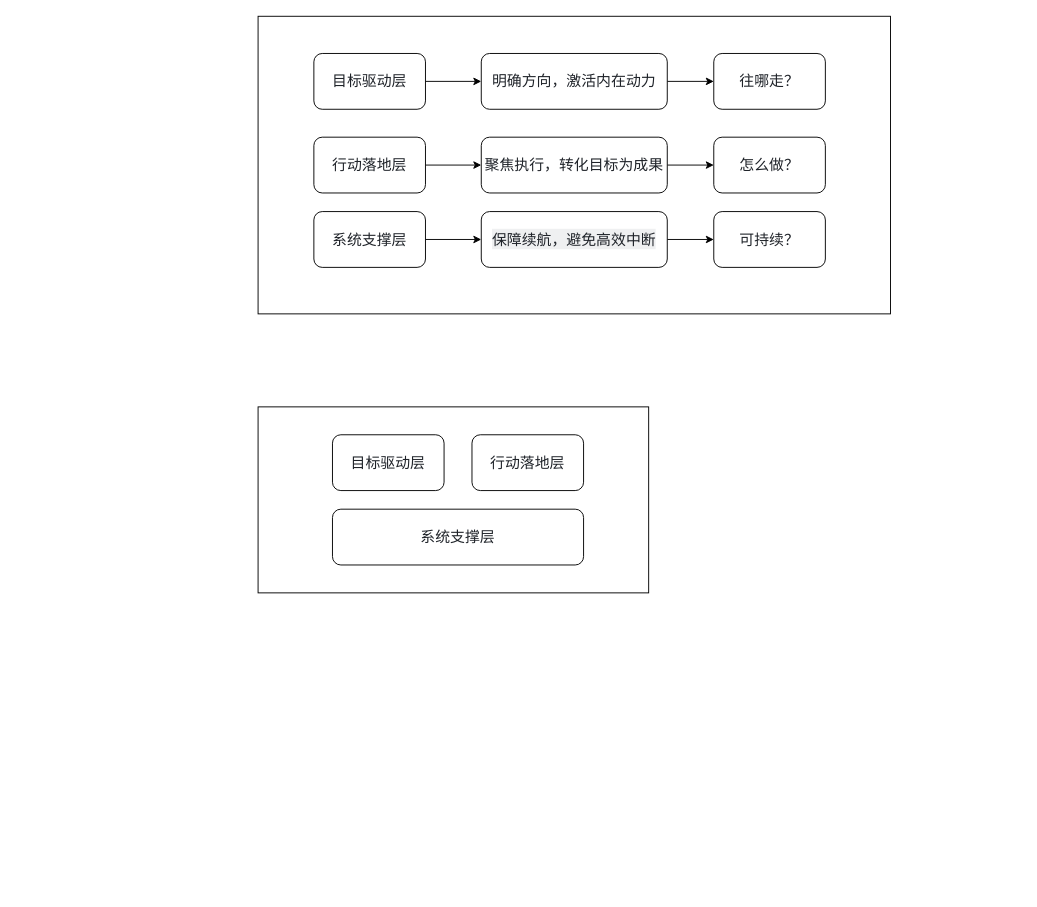
Before: 未命名绘图.drawio in FlyThroughAir/DrawHere, a draw.io diagram. Source tidied: cells renumbered, new cells numbered last; positions are measured from the earlier drawing's top-left corner, leaving out a move shared by most shapes. Both pictures are drawn from the tidied source at 93%, with x=0, y=0 at pixel (258, 16).
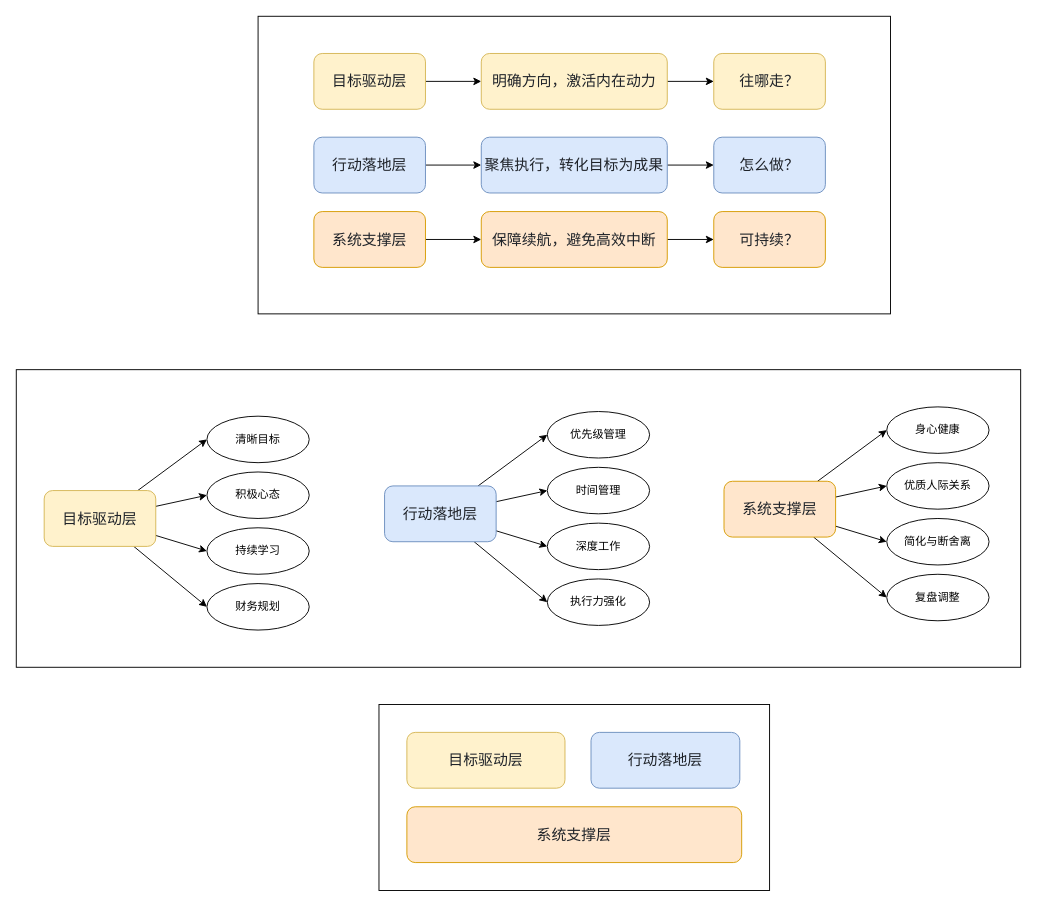
The same page after the edit.

Commit message (it also covers changes not shown here):
更新未命名绘图.drawio

The edit, as a diff of the source:
```diff
@@
+    <mxCell id="22" style="rounded=0;whiteSpace=wrap;html=1;" parent="1" vertex="1">
+      <mxGeometry x="-260" y="380" width="1080" height="320" as="geometry" />
+    </mxCell>
     <mxCell id="2" style="rounded=0;whiteSpace=wrap;html=1;" parent="1" vertex="1">
-      <mxGeometry y="420" width="420" height="200" as="geometry" />
+      <mxGeometry x="130" y="740" width="420" height="200" as="geometry" />
     </mxCell>
@@
-    <mxCell id="5" value="&lt;span style=&quot;color: rgb(31, 35, 41); font-family: ui-sans-serif, system-ui, sans-serif, &amp;quot;Apple Color Emoji&amp;quot;, &amp;quot;Segoe UI Emoji&amp;quot;, &amp;quot;Segoe UI Symbol&amp;quot;, &amp;quot;Noto Color Emoji&amp;quot;; font-size: 16px; text-align: start; white-space-collapse: preserve; background-color: rgb(255, 255, 255);&quot;&gt;目标驱动层&lt;/span&gt;" style="rounded=1;whiteSpace=wrap;html=1;" parent="1" vertex="1">
+    <mxCell id="5" value="&lt;span style=&quot;color: rgb(31, 35, 41); font-family: ui-sans-serif, system-ui, sans-serif, &amp;quot;Apple Color Emoji&amp;quot;, &amp;quot;Segoe UI Emoji&amp;quot;, &amp;quot;Segoe UI Symbol&amp;quot;, &amp;quot;Noto Color Emoji&amp;quot;; font-size: 16px; text-align: start; white-space-collapse: preserve;&quot;&gt;目标驱动层&lt;/span&gt;" style="rounded=1;whiteSpace=wrap;html=1;fillColor=#fff2cc;strokeColor=#d6b656;" parent="1" vertex="1">
       <mxGeometry x="60" y="40" width="120" height="60" as="geometry" />
     </mxCell>
@@
-    <mxCell id="7" value="&lt;span style=&quot;color: rgb(31, 35, 41); font-family: ui-sans-serif, system-ui, sans-serif, &amp;quot;Apple Color Emoji&amp;quot;, &amp;quot;Segoe UI Emoji&amp;quot;, &amp;quot;Segoe UI Symbol&amp;quot;, &amp;quot;Noto Color Emoji&amp;quot;; font-size: 16px; text-align: start; white-space-collapse: preserve; background-color: rgb(255, 255, 255);&quot;&gt;行动落地层&lt;/span&gt;" style="rounded=1;whiteSpace=wrap;html=1;" parent="1" vertex="1">
+    <mxCell id="7" value="&lt;span style=&quot;color: rgb(31, 35, 41); font-family: ui-sans-serif, system-ui, sans-serif, &amp;quot;Apple Color Emoji&amp;quot;, &amp;quot;Segoe UI Emoji&amp;quot;, &amp;quot;Segoe UI Symbol&amp;quot;, &amp;quot;Noto Color Emoji&amp;quot;; font-size: 16px; text-align: start; white-space-collapse: preserve;&quot;&gt;行动落地层&lt;/span&gt;" style="rounded=1;whiteSpace=wrap;html=1;fillColor=#dae8fc;strokeColor=#6c8ebf;" parent="1" vertex="1">
       <mxGeometry x="60" y="130" width="120" height="60" as="geometry" />
     </mxCell>
@@
-    <mxCell id="9" value="&lt;span style=&quot;color: rgb(31, 35, 41); font-family: ui-sans-serif, system-ui, sans-serif, &amp;quot;Apple Color Emoji&amp;quot;, &amp;quot;Segoe UI Emoji&amp;quot;, &amp;quot;Segoe UI Symbol&amp;quot;, &amp;quot;Noto Color Emoji&amp;quot;; font-size: 16px; text-align: start; white-space-collapse: preserve;&quot;&gt;系统支撑层&lt;/span&gt;" style="rounded=1;whiteSpace=wrap;html=1;" parent="1" vertex="1">
+    <mxCell id="9" value="&lt;span style=&quot;color: rgb(31, 35, 41); font-family: ui-sans-serif, system-ui, sans-serif, &amp;quot;Apple Color Emoji&amp;quot;, &amp;quot;Segoe UI Emoji&amp;quot;, &amp;quot;Segoe UI Symbol&amp;quot;, &amp;quot;Noto Color Emoji&amp;quot;; font-size: 16px; text-align: start; white-space-collapse: preserve;&quot;&gt;系统支撑层&lt;/span&gt;" style="rounded=1;whiteSpace=wrap;html=1;fillColor=#ffe6cc;strokeColor=#d79b00;" parent="1" vertex="1">
       <mxGeometry x="60" y="210" width="120" height="60" as="geometry" />
     </mxCell>
@@
-    <mxCell id="11" value="&lt;span style=&quot;color: rgb(31, 35, 41); font-family: ui-sans-serif, system-ui, sans-serif, &amp;quot;Apple Color Emoji&amp;quot;, &amp;quot;Segoe UI Emoji&amp;quot;, &amp;quot;Segoe UI Symbol&amp;quot;, &amp;quot;Noto Color Emoji&amp;quot;; font-size: 16px; font-style: normal; font-variant-ligatures: normal; font-variant-caps: normal; font-weight: 400; letter-spacing: normal; orphans: 2; text-align: start; text-indent: 0px; text-transform: none; widows: 2; word-spacing: 0px; -webkit-text-stroke-width: 0px; white-space: pre-wrap; text-decoration-thickness: initial; text-decoration-style: initial; text-decoration-color: initial; float: none; background-color: rgb(255, 255, 255); display: inline !important;&quot;&gt;明确方向，激活内在动力&lt;/span&gt;" style="rounded=1;whiteSpace=wrap;html=1;" parent="1" vertex="1">
+    <mxCell id="11" value="&lt;span style=&quot;color: rgb(31, 35, 41); font-family: ui-sans-serif, system-ui, sans-serif, &amp;quot;Apple Color Emoji&amp;quot;, &amp;quot;Segoe UI Emoji&amp;quot;, &amp;quot;Segoe UI Symbol&amp;quot;, &amp;quot;Noto Color Emoji&amp;quot;; font-size: 16px; font-style: normal; font-variant-ligatures: normal; font-variant-caps: normal; font-weight: 400; letter-spacing: normal; orphans: 2; text-align: start; text-indent: 0px; text-transform: none; widows: 2; word-spacing: 0px; -webkit-text-stroke-width: 0px; white-space: pre-wrap; text-decoration-thickness: initial; text-decoration-style: initial; text-decoration-color: initial; float: none; display: inline !important;&quot;&gt;明确方向，激活内在动力&lt;/span&gt;" style="rounded=1;whiteSpace=wrap;html=1;fillColor=#fff2cc;strokeColor=#d6b656;" parent="1" vertex="1">
       <mxGeometry x="240" y="40" width="200" height="60" as="geometry" />
     </mxCell>
@@
-    <mxCell id="13" value="&lt;span style=&quot;color: rgb(31, 35, 41); font-family: ui-sans-serif, system-ui, sans-serif, &amp;quot;Apple Color Emoji&amp;quot;, &amp;quot;Segoe UI Emoji&amp;quot;, &amp;quot;Segoe UI Symbol&amp;quot;, &amp;quot;Noto Color Emoji&amp;quot;; font-size: 16px; text-align: start; white-space-collapse: preserve; background-color: rgb(255, 255, 255);&quot;&gt;聚焦执行，转化目标为成果&lt;/span&gt;" style="rounded=1;whiteSpace=wrap;html=1;" parent="1" vertex="1">
+    <mxCell id="13" value="&lt;span style=&quot;color: rgb(31, 35, 41); font-family: ui-sans-serif, system-ui, sans-serif, &amp;quot;Apple Color Emoji&amp;quot;, &amp;quot;Segoe UI Emoji&amp;quot;, &amp;quot;Segoe UI Symbol&amp;quot;, &amp;quot;Noto Color Emoji&amp;quot;; font-size: 16px; text-align: start; white-space-collapse: preserve;&quot;&gt;聚焦执行，转化目标为成果&lt;/span&gt;" style="rounded=1;whiteSpace=wrap;html=1;fillColor=#dae8fc;strokeColor=#6c8ebf;" parent="1" vertex="1">
       <mxGeometry x="240" y="130" width="200" height="60" as="geometry" />
     </mxCell>
@@
-    <mxCell id="15" value="&lt;span style=&quot;color: rgb(31, 35, 41); font-family: ui-sans-serif, system-ui, sans-serif, &amp;quot;Apple Color Emoji&amp;quot;, &amp;quot;Segoe UI Emoji&amp;quot;, &amp;quot;Segoe UI Symbol&amp;quot;, &amp;quot;Noto Color Emoji&amp;quot;; font-size: 16px; text-align: start; white-space-collapse: preserve; background-color: rgb(239, 240, 241);&quot;&gt;保障续航，避免高效中断&lt;/span&gt;" style="rounded=1;whiteSpace=wrap;html=1;" parent="1" vertex="1">
+    <mxCell id="15" value="&lt;span style=&quot;color: rgb(31, 35, 41); font-family: ui-sans-serif, system-ui, sans-serif, &amp;quot;Apple Color Emoji&amp;quot;, &amp;quot;Segoe UI Emoji&amp;quot;, &amp;quot;Segoe UI Symbol&amp;quot;, &amp;quot;Noto Color Emoji&amp;quot;; font-size: 16px; text-align: start; white-space-collapse: preserve;&quot;&gt;保障续航，避免高效中断&lt;/span&gt;" style="rounded=1;whiteSpace=wrap;html=1;fillColor=#ffe6cc;strokeColor=#d79b00;" parent="1" vertex="1">
       <mxGeometry x="240" y="210" width="200" height="60" as="geometry" />
     </mxCell>
-    <mxCell id="16" value="&lt;span style=&quot;color: rgb(31, 35, 41); font-family: ui-sans-serif, system-ui, sans-serif, &amp;quot;Apple Color Emoji&amp;quot;, &amp;quot;Segoe UI Emoji&amp;quot;, &amp;quot;Segoe UI Symbol&amp;quot;, &amp;quot;Noto Color Emoji&amp;quot;; font-size: 16px; text-align: start; white-space-collapse: preserve;&quot;&gt;往哪走？&lt;/span&gt;" style="rounded=1;whiteSpace=wrap;html=1;" parent="1" vertex="1">
+    <mxCell id="16" value="&lt;span style=&quot;color: rgb(31, 35, 41); font-family: ui-sans-serif, system-ui, sans-serif, &amp;quot;Apple Color Emoji&amp;quot;, &amp;quot;Segoe UI Emoji&amp;quot;, &amp;quot;Segoe UI Symbol&amp;quot;, &amp;quot;Noto Color Emoji&amp;quot;; font-size: 16px; text-align: start; white-space-collapse: preserve;&quot;&gt;往哪走？&lt;/span&gt;" style="rounded=1;whiteSpace=wrap;html=1;fillColor=#fff2cc;strokeColor=#d6b656;" parent="1" vertex="1">
       <mxGeometry x="490" y="40" width="120" height="60" as="geometry" />
     </mxCell>
-    <mxCell id="17" value="&lt;span style=&quot;color: rgb(31, 35, 41); font-family: ui-sans-serif, system-ui, sans-serif, &amp;quot;Apple Color Emoji&amp;quot;, &amp;quot;Segoe UI Emoji&amp;quot;, &amp;quot;Segoe UI Symbol&amp;quot;, &amp;quot;Noto Color Emoji&amp;quot;; font-size: 16px; text-align: start; white-space-collapse: preserve; background-color: rgb(255, 255, 255);&quot;&gt;怎么做？&lt;/span&gt;" style="rounded=1;whiteSpace=wrap;html=1;" parent="1" vertex="1">
+    <mxCell id="17" value="&lt;span style=&quot;color: rgb(31, 35, 41); font-family: ui-sans-serif, system-ui, sans-serif, &amp;quot;Apple Color Emoji&amp;quot;, &amp;quot;Segoe UI Emoji&amp;quot;, &amp;quot;Segoe UI Symbol&amp;quot;, &amp;quot;Noto Color Emoji&amp;quot;; font-size: 16px; text-align: start; white-space-collapse: preserve;&quot;&gt;怎么做？&lt;/span&gt;" style="rounded=1;whiteSpace=wrap;html=1;fillColor=#dae8fc;strokeColor=#6c8ebf;" parent="1" vertex="1">
       <mxGeometry x="490" y="130" width="120" height="60" as="geometry" />
     </mxCell>
-    <mxCell id="18" value="&lt;span style=&quot;color: rgb(31, 35, 41); font-family: ui-sans-serif, system-ui, sans-serif, &amp;quot;Apple Color Emoji&amp;quot;, &amp;quot;Segoe UI Emoji&amp;quot;, &amp;quot;Segoe UI Symbol&amp;quot;, &amp;quot;Noto Color Emoji&amp;quot;; font-size: 16px; text-align: start; white-space-collapse: preserve;&quot;&gt;可持续？&lt;/span&gt;" style="rounded=1;whiteSpace=wrap;html=1;" parent="1" vertex="1">
+    <mxCell id="18" value="&lt;span style=&quot;color: rgb(31, 35, 41); font-family: ui-sans-serif, system-ui, sans-serif, &amp;quot;Apple Color Emoji&amp;quot;, &amp;quot;Segoe UI Emoji&amp;quot;, &amp;quot;Segoe UI Symbol&amp;quot;, &amp;quot;Noto Color Emoji&amp;quot;; font-size: 16px; text-align: start; white-space-collapse: preserve;&quot;&gt;可持续？&lt;/span&gt;" style="rounded=1;whiteSpace=wrap;html=1;fillColor=#ffe6cc;strokeColor=#d79b00;" parent="1" vertex="1">
       <mxGeometry x="490" y="210" width="120" height="60" as="geometry" />
     </mxCell>
-    <mxCell id="19" value="&lt;span style=&quot;color: rgb(31, 35, 41); font-family: ui-sans-serif, system-ui, sans-serif, &amp;quot;Apple Color Emoji&amp;quot;, &amp;quot;Segoe UI Emoji&amp;quot;, &amp;quot;Segoe UI Symbol&amp;quot;, &amp;quot;Noto Color Emoji&amp;quot;; font-size: 16px; text-align: start; white-space-collapse: preserve; background-color: rgb(255, 255, 255);&quot;&gt;目标驱动层&lt;/span&gt;" style="rounded=1;whiteSpace=wrap;html=1;" parent="1" vertex="1">
-      <mxGeometry x="80" y="450" width="120" height="60" as="geometry" />
+    <mxCell id="19" value="&lt;span style=&quot;color: rgb(31, 35, 41); font-family: ui-sans-serif, system-ui, sans-serif, &amp;quot;Apple Color Emoji&amp;quot;, &amp;quot;Segoe UI Emoji&amp;quot;, &amp;quot;Segoe UI Symbol&amp;quot;, &amp;quot;Noto Color Emoji&amp;quot;; font-size: 16px; text-align: start; white-space-collapse: preserve;&quot;&gt;目标驱动层&lt;/span&gt;" style="rounded=1;whiteSpace=wrap;html=1;fillColor=#fff2cc;strokeColor=#d6b656;" parent="1" vertex="1">
+      <mxGeometry x="160" y="770" width="170" height="60" as="geometry" />
     </mxCell>
-    <mxCell id="20" value="&lt;span style=&quot;color: rgb(31, 35, 41); font-family: ui-sans-serif, system-ui, sans-serif, &amp;quot;Apple Color Emoji&amp;quot;, &amp;quot;Segoe UI Emoji&amp;quot;, &amp;quot;Segoe UI Symbol&amp;quot;, &amp;quot;Noto Color Emoji&amp;quot;; font-size: 16px; text-align: start; white-space-collapse: preserve; background-color: rgb(255, 255, 255);&quot;&gt;行动落地层&lt;/span&gt;" style="rounded=1;whiteSpace=wrap;html=1;" parent="1" vertex="1">
-      <mxGeometry x="230" y="450" width="120" height="60" as="geometry" />
+    <mxCell id="20" value="&lt;span style=&quot;color: rgb(31, 35, 41); font-family: ui-sans-serif, system-ui, sans-serif, &amp;quot;Apple Color Emoji&amp;quot;, &amp;quot;Segoe UI Emoji&amp;quot;, &amp;quot;Segoe UI Symbol&amp;quot;, &amp;quot;Noto Color Emoji&amp;quot;; font-size: 16px; text-align: start; white-space-collapse: preserve;&quot;&gt;行动落地层&lt;/span&gt;" style="rounded=1;whiteSpace=wrap;html=1;fillColor=#dae8fc;strokeColor=#6c8ebf;" parent="1" vertex="1">
+      <mxGeometry x="358" y="770" width="160" height="60" as="geometry" />
     </mxCell>
-    <mxCell id="21" value="&lt;span style=&quot;color: rgb(31, 35, 41); font-family: ui-sans-serif, system-ui, sans-serif, &amp;quot;Apple Color Emoji&amp;quot;, &amp;quot;Segoe UI Emoji&amp;quot;, &amp;quot;Segoe UI Symbol&amp;quot;, &amp;quot;Noto Color Emoji&amp;quot;; font-size: 16px; text-align: start; white-space-collapse: preserve;&quot;&gt;系统支撑层&lt;/span&gt;" style="rounded=1;whiteSpace=wrap;html=1;" parent="1" vertex="1">
-      <mxGeometry x="80" y="530" width="270" height="60" as="geometry" />
+    <mxCell id="21" value="&lt;span style=&quot;color: rgb(31, 35, 41); font-family: ui-sans-serif, system-ui, sans-serif, &amp;quot;Apple Color Emoji&amp;quot;, &amp;quot;Segoe UI Emoji&amp;quot;, &amp;quot;Segoe UI Symbol&amp;quot;, &amp;quot;Noto Color Emoji&amp;quot;; font-size: 16px; text-align: start; white-space-collapse: preserve;&quot;&gt;系统支撑层&lt;/span&gt;" style="rounded=1;whiteSpace=wrap;html=1;fillColor=#ffe6cc;strokeColor=#d79b00;" parent="1" vertex="1">
+      <mxGeometry x="160" y="850" width="360" height="60" as="geometry" />
     </mxCell>
+    <mxCell id="23" style="rounded=0;jettySize=auto;html=1;entryX=0;entryY=0.5;entryDx=0;entryDy=0;" parent="1" edge="1" source="27" target="29">
+      <mxGeometry relative="1" as="geometry" />
+    </mxCell>
+    <mxCell id="24" style="rounded=0;jettySize=auto;html=1;entryX=0;entryY=0.5;entryDx=0;entryDy=0;" parent="1" edge="1" source="27" target="28">
+      <mxGeometry relative="1" as="geometry" />
+    </mxCell>
+    <mxCell id="25" style="rounded=0;jettySize=auto;html=1;entryX=0;entryY=0.5;entryDx=0;entryDy=0;" parent="1" edge="1" source="27" target="30">
+      <mxGeometry relative="1" as="geometry" />
+    </mxCell>
+    <mxCell id="26" style="rounded=0;jettySize=auto;html=1;entryX=0;entryY=0.5;entryDx=0;entryDy=0;" parent="1" edge="1" source="27" target="31">
+      <mxGeometry relative="1" as="geometry" />
+    </mxCell>
+    <mxCell id="27" value="&lt;span style=&quot;color: rgb(31, 35, 41); font-family: ui-sans-serif, system-ui, sans-serif, &amp;quot;Apple Color Emoji&amp;quot;, &amp;quot;Segoe UI Emoji&amp;quot;, &amp;quot;Segoe UI Symbol&amp;quot;, &amp;quot;Noto Color Emoji&amp;quot;; font-size: 16px; text-align: start; white-space-collapse: preserve;&quot;&gt;目标驱动层&lt;/span&gt;" style="rounded=1;whiteSpace=wrap;html=1;fillColor=#fff2cc;strokeColor=#d6b656;" parent="1" vertex="1">
+      <mxGeometry x="-230" y="510" width="120" height="60" as="geometry" />
+    </mxCell>
+    <mxCell id="28" value="清晰目标" style="ellipse;whiteSpace=wrap;html=1;rounded=1;" parent="1" vertex="1">
+      <mxGeometry x="-55" y="430" width="110" height="50" as="geometry" />
+    </mxCell>
+    <mxCell id="29" value="积极心态" style="ellipse;whiteSpace=wrap;html=1;rounded=1;" parent="1" vertex="1">
+      <mxGeometry x="-55" y="490" width="110" height="50" as="geometry" />
+    </mxCell>
+    <mxCell id="30" value="持续学习" style="ellipse;whiteSpace=wrap;html=1;rounded=1;" parent="1" vertex="1">
+      <mxGeometry x="-55" y="550" width="110" height="50" as="geometry" />
+    </mxCell>
+    <mxCell id="31" value="财务规划" style="ellipse;whiteSpace=wrap;html=1;rounded=1;" parent="1" vertex="1">
+      <mxGeometry x="-55" y="610" width="110" height="50" as="geometry" />
+    </mxCell>
+    <mxCell id="32" style="rounded=0;jettySize=auto;html=1;entryX=0;entryY=0.5;entryDx=0;entryDy=0;" parent="1" edge="1" source="36" target="38">
+      <mxGeometry relative="1" as="geometry" />
+    </mxCell>
+    <mxCell id="33" style="rounded=0;jettySize=auto;html=1;entryX=0;entryY=0.5;entryDx=0;entryDy=0;" parent="1" edge="1" source="36" target="37">
+      <mxGeometry relative="1" as="geometry" />
+    </mxCell>
+    <mxCell id="34" style="rounded=0;jettySize=auto;html=1;entryX=0;entryY=0.5;entryDx=0;entryDy=0;" parent="1" edge="1" source="36" target="39">
+      <mxGeometry relative="1" as="geometry" />
+    </mxCell>
+    <mxCell id="35" style="rounded=0;jettySize=auto;html=1;entryX=0;entryY=0.5;entryDx=0;entryDy=0;" parent="1" edge="1" source="36" target="40">
+      <mxGeometry relative="1" as="geometry" />
+    </mxCell>
+    <mxCell id="36" value="&lt;span style=&quot;color: rgb(31, 35, 41); font-family: ui-sans-serif, system-ui, sans-serif, &amp;quot;Apple Color Emoji&amp;quot;, &amp;quot;Segoe UI Emoji&amp;quot;, &amp;quot;Segoe UI Symbol&amp;quot;, &amp;quot;Noto Color Emoji&amp;quot;; font-size: 16px; text-align: start; white-space-collapse: preserve;&quot;&gt;行动落地层&lt;/span&gt;" style="rounded=1;whiteSpace=wrap;html=1;fillColor=#dae8fc;strokeColor=#6c8ebf;" parent="1" vertex="1">
+      <mxGeometry x="136" y="505" width="120" height="60" as="geometry" />
+    </mxCell>
+    <mxCell id="37" value="优先级管理" style="ellipse;whiteSpace=wrap;html=1;rounded=1;" parent="1" vertex="1">
+      <mxGeometry x="311" y="425" width="110" height="50" as="geometry" />
+    </mxCell>
+    <mxCell id="38" value="时间管理" style="ellipse;whiteSpace=wrap;html=1;rounded=1;" parent="1" vertex="1">
+      <mxGeometry x="311" y="485" width="110" height="50" as="geometry" />
+    </mxCell>
+    <mxCell id="39" value="深度工作" style="ellipse;whiteSpace=wrap;html=1;rounded=1;" parent="1" vertex="1">
+      <mxGeometry x="311" y="545" width="110" height="50" as="geometry" />
+    </mxCell>
+    <mxCell id="40" value="执行力强化" style="ellipse;whiteSpace=wrap;html=1;rounded=1;" parent="1" vertex="1">
+      <mxGeometry x="311" y="605" width="110" height="50" as="geometry" />
+    </mxCell>
+    <mxCell id="41" style="rounded=0;jettySize=auto;html=1;entryX=0;entryY=0.5;entryDx=0;entryDy=0;" parent="1" edge="1" source="45" target="47">
+      <mxGeometry relative="1" as="geometry" />
+    </mxCell>
+    <mxCell id="42" style="rounded=0;jettySize=auto;html=1;entryX=0;entryY=0.5;entryDx=0;entryDy=0;" parent="1" edge="1" source="45" target="46">
+      <mxGeometry relative="1" as="geometry" />
+    </mxCell>
+    <mxCell id="43" style="rounded=0;jettySize=auto;html=1;entryX=0;entryY=0.5;entryDx=0;entryDy=0;" parent="1" edge="1" source="45" target="48">
+      <mxGeometry relative="1" as="geometry" />
+    </mxCell>
+    <mxCell id="44" style="rounded=0;jettySize=auto;html=1;entryX=0;entryY=0.5;entryDx=0;entryDy=0;" parent="1" edge="1" source="45" target="49">
+      <mxGeometry relative="1" as="geometry" />
+    </mxCell>
+    <mxCell id="45" value="&lt;span style=&quot;color: rgb(31, 35, 41); font-family: ui-sans-serif, system-ui, sans-serif, &amp;quot;Apple Color Emoji&amp;quot;, &amp;quot;Segoe UI Emoji&amp;quot;, &amp;quot;Segoe UI Symbol&amp;quot;, &amp;quot;Noto Color Emoji&amp;quot;; font-size: 16px; text-align: start; white-space-collapse: preserve;&quot;&gt;系统支撑层&lt;/span&gt;" style="rounded=1;whiteSpace=wrap;html=1;fillColor=#ffe6cc;strokeColor=#d79b00;" parent="1" vertex="1">
+      <mxGeometry x="501" y="500" width="120" height="60" as="geometry" />
+    </mxCell>
+    <mxCell id="46" value="身心健康" style="ellipse;whiteSpace=wrap;html=1;rounded=1;" parent="1" vertex="1">
+      <mxGeometry x="676" y="420" width="110" height="50" as="geometry" />
+    </mxCell>
+    <mxCell id="47" value="优质人际关系" style="ellipse;whiteSpace=wrap;html=1;rounded=1;" parent="1" vertex="1">
+      <mxGeometry x="676" y="480" width="110" height="50" as="geometry" />
+    </mxCell>
+    <mxCell id="48" value="简化与断舍离" style="ellipse;whiteSpace=wrap;html=1;rounded=1;" parent="1" vertex="1">
+      <mxGeometry x="676" y="540" width="110" height="50" as="geometry" />
+    </mxCell>
+    <mxCell id="49" value="复盘调整" style="ellipse;whiteSpace=wrap;html=1;rounded=1;" parent="1" vertex="1">
+      <mxGeometry x="676" y="600" width="110" height="50" as="geometry" />
+    </mxCell>
```
